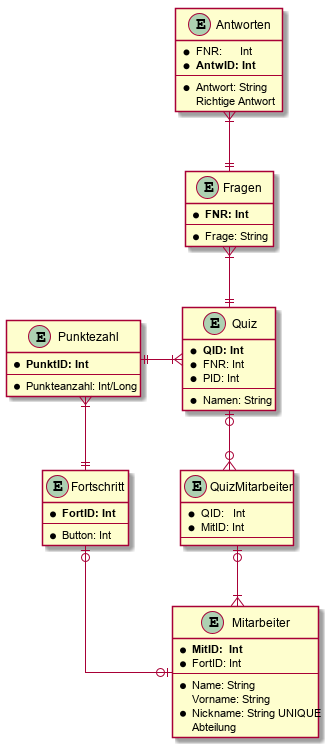
game-admin/game keeps this PlantUML diagram as documentation/diagrams/diagram-classes.png. Above is the earlier version.
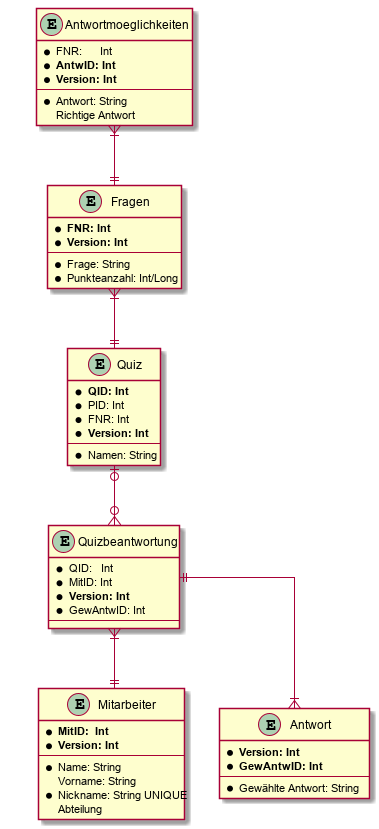
Above is the later version.

Commit message:
Er-Modell updated and implemented into the GAME_architecure

Diff of the diagram source:
```diff
@@ -1,30 +1,29 @@
 @startuml
 skinparam linetype ortho
 
-entity Punktezahl {
-    * **PunktID: Int**
-    --
-    * Punkteanzahl: Int/Long
-}
+
 together {
 
     entity Quiz {
         * **QID: Int**
+        * PID: Int
         * FNR: Int
-        * PID: Int
+        * **Version: Int**
         --
         * Namen: String
     }
 
-    entity QuizMitarbeiter {
+    entity Quizbeantwortung {
         * QID:   Int
         * MitID: Int
+        * **Version: Int**
+        * GewAntwID: Int
         --
     }
 
     entity Mitarbeiter {
         * **MitID:  Int**
-        * FortID: Int
+        * **Version: Int**
         --
         * Name: String
         Vorname: String
@@ -34,36 +33,37 @@
 
 }
 
-entity Fortschritt {
-    * **FortID: Int**
+entity Fragen {
+    * **FNR: Int**
+    * **Version: Int**
     --
-    * Button: Int
+    * Frage: String
+    * Punkteanzahl: Int/Long
 }
 
-entity Fragen {
-    * **FNR: Int**
-    --
-    * Frage: String
-}
-
-entity Antworten {
+entity Antwortmoeglichkeiten {
     * FNR:      Int
     * **AntwID: Int**
+    * **Version: Int**
     --
     * Antwort: String
     Richtige Antwort
+}
+
+entity Antwort {
+    * **Version: Int**
+    * **GewAntwID: Int**
+    --
+    * Gewählte Antwort: String
 }
 
 
 
 
 
-Antworten}|--||Fragen
+Antwortmoeglichkeiten}|--||Fragen
 Fragen}|--||Quiz
-Quiz|o--o{QuizMitarbeiter
-QuizMitarbeiter|o--|{Mitarbeiter
-Quiz}|--||Punktezahl
-Punktezahl}|--||Fortschritt
-Fortschritt|o--o|Mitarbeiter
-
+Quiz|o--o{Quizbeantwortung
+Quizbeantwortung}|--||Mitarbeiter
+Quizbeantwortung||--|{Antwort
 @enduml
```
